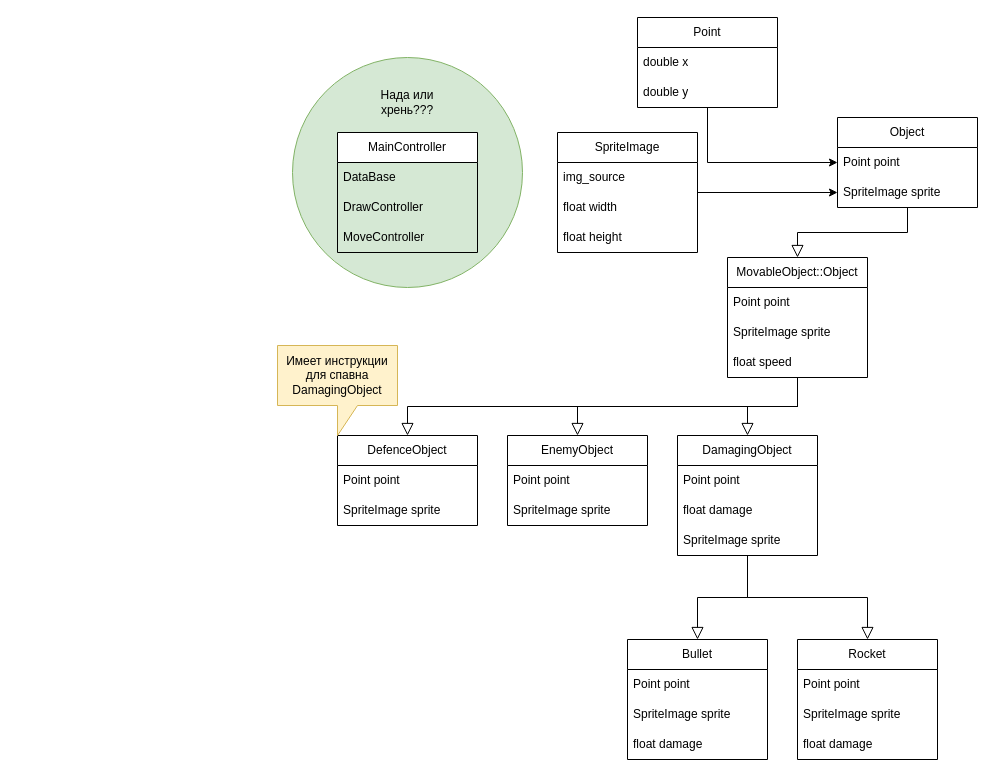
Before: ZRK.drawio in NeGvozd/CppLearningProject, a draw.io diagram. Source tidied: cells renumbered, new cells numbered last; positions are measured from the earlier drawing's top-left corner, leaving out a move shared by most shapes. Both pictures are drawn from the tidied source at 100%, with x=0, y=0 at pixel (277, 17).
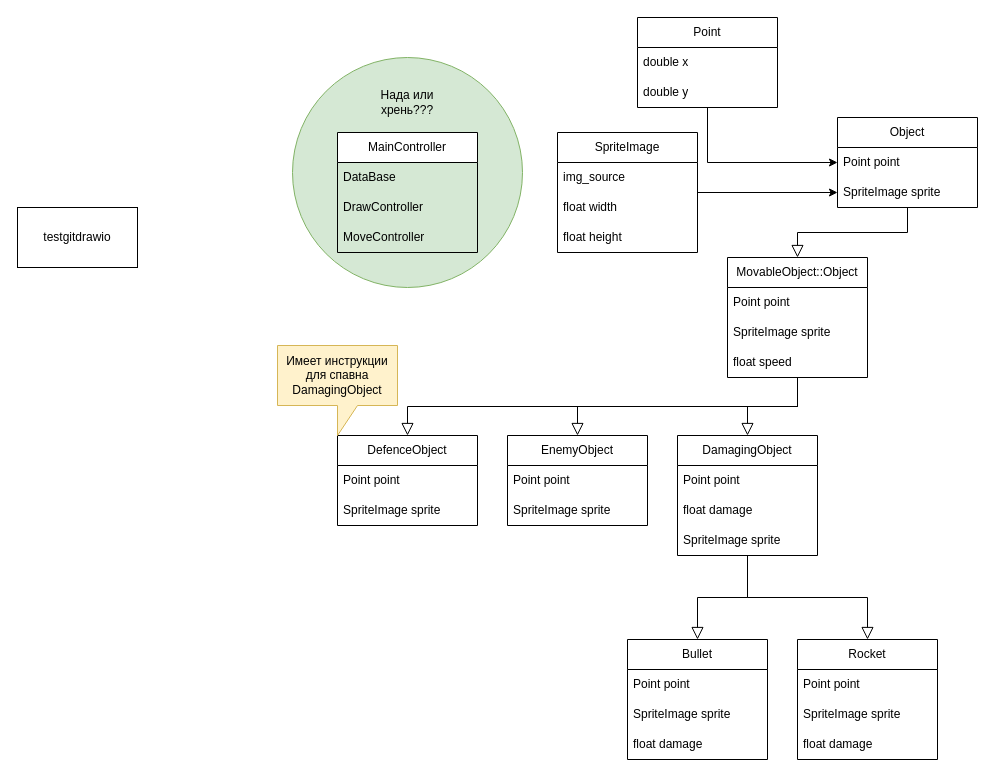
The same diagram, later.

Change to the diagram source:
```diff
@@
+    <mxCell id="49" value="testgitdrawio" style="rounded=0;whiteSpace=wrap;html=1;" parent="1" vertex="1">
+      <mxGeometry x="-260" y="190" width="120" height="60" as="geometry" />
+    </mxCell>
```
